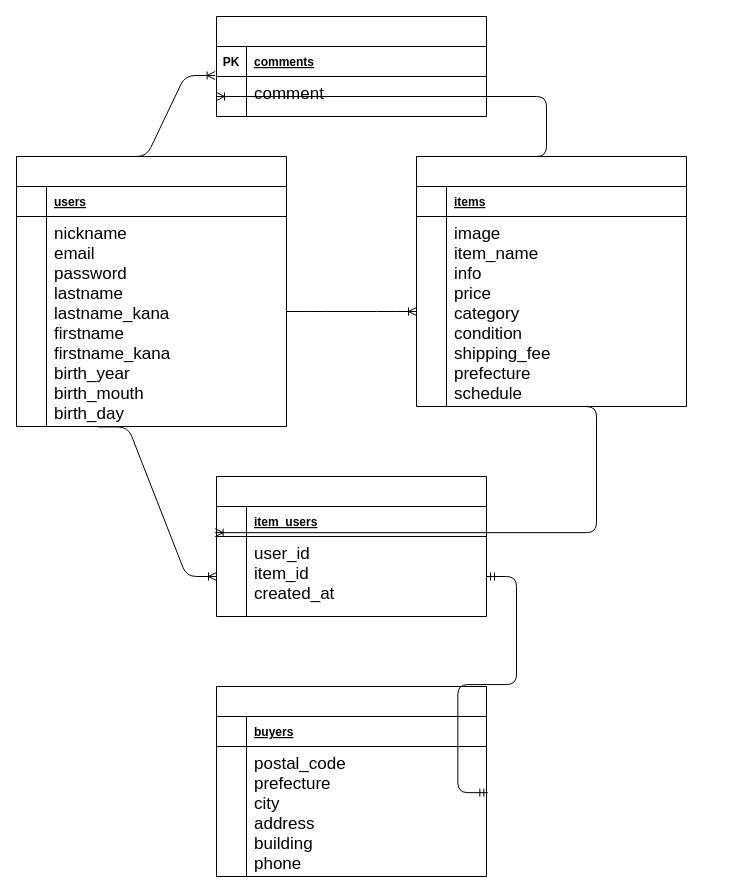
Above: furima.dio in IguchiRyo622/furima-31093 (draw.io), before the change. Source tidied: cells renumbered, new cells numbered last; positions are measured from the earlier drawing's top-left corner, leaving out a move shared by most shapes. Both pictures are drawn from the tidied source at 100%, with x=0, y=0 at pixel (16, 16).
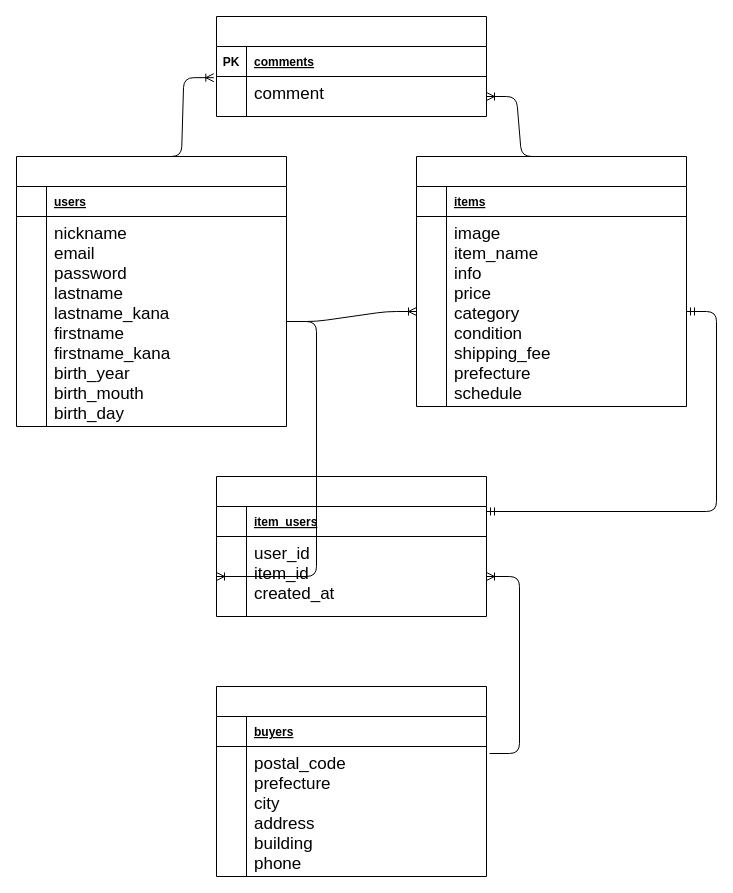
The same page after the edit.

Commit message (it also covers changes not shown here):
アソシエーション修正

The change refers to these unchanged cells:
```xml
<mxCell id="2" style="shape=table;startSize=30;childLayout=tableLayout;rowLines=0;fontStyle=1;align=center;" parent="1" vertex="1">
  <mxGeometry y="140" width="270" height="270" as="geometry" />
</mxCell>
<mxCell id="6" style="shape=partialRectangle;fillColor=none;top=0;left=0;bottom=0;right=0;points=[[0,0.5],[1,0.5]];portConstraint=eastwest;" parent="2" vertex="1">
  <mxGeometry y="60" width="270" height="210" as="geometry" />
</mxCell>
<mxCell id="9" style="shape=table;startSize=30;childLayout=tableLayout;rowLines=0;fontStyle=1;align=center;" parent="1" vertex="1">
  <mxGeometry x="400" y="140" width="270" height="250" as="geometry" />
</mxCell>
<mxCell id="13" style="shape=partialRectangle;fillColor=none;top=0;left=0;bottom=0;right=0;points=[[0,0.5],[1,0.5]];portConstraint=eastwest;" parent="9" vertex="1">
  <mxGeometry y="60" width="270" height="190" as="geometry" />
</mxCell>
<mxCell id="20" style="shape=partialRectangle;fillColor=none;top=0;left=0;bottom=0;right=0;points=[[0,0.5],[1,0.5]];portConstraint=eastwest;" parent="16" vertex="1">
  <mxGeometry y="60" width="270" height="40" as="geometry" />
</mxCell>
<mxCell id="27" style="shape=partialRectangle;fillColor=none;top=0;left=0;bottom=0;right=0;points=[[0,0.5],[1,0.5]];portConstraint=eastwest;" parent="23" vertex="1">
  <mxGeometry y="60" width="270" height="130" as="geometry" />
</mxCell>
<mxCell id="30" style="shape=table;startSize=30;childLayout=tableLayout;rowLines=0;fontStyle=1;align=center;" parent="1" vertex="1">
  <mxGeometry x="200" y="460" width="270" height="140" as="geometry" />
</mxCell>
<mxCell id="34" style="shape=partialRectangle;fillColor=none;top=0;left=0;bottom=0;right=0;points=[[0,0.5],[1,0.5]];portConstraint=eastwest;" parent="30" vertex="1">
  <mxGeometry y="60" width="270" height="80" as="geometry" />
</mxCell>
```

Diff of the diagram source:
```diff
@@
-    <mxCell id="37" style="edgeStyle=entityRelationEdgeStyle;fontSize=12;html=1;endArrow=ERoneToMany;entryX=0;entryY=0.5;entryDx=0;entryDy=0;" parent="1" edge="1" target="13">
-      <mxGeometry relative="1" as="geometry">
-        <mxPoint x="270" y="295" as="sourcePoint" />
-      </mxGeometry>
+    <mxCell id="37" style="edgeStyle=entityRelationEdgeStyle;fontSize=12;html=1;endArrow=ERoneToMany;entryX=0;entryY=0.5;entryDx=0;entryDy=0;exitX=1;exitY=0.5;exitDx=0;exitDy=0;" parent="1" edge="1" source="6" target="13">
+      <mxGeometry relative="1" as="geometry" />
     </mxCell>
-    <mxCell id="38" style="edgeStyle=entityRelationEdgeStyle;fontSize=12;html=1;endArrow=ERoneToMany;exitX=0.302;exitY=1.002;exitDx=0;exitDy=0;exitPerimeter=0;entryX=0;entryY=0.5;entryDx=0;entryDy=0;" parent="1" edge="1" source="6" target="34">
+    <mxCell id="38" style="edgeStyle=entityRelationEdgeStyle;fontSize=12;html=1;endArrow=ERoneToMany;entryX=0;entryY=0.5;entryDx=0;entryDy=0;" parent="1" edge="1" source="6" target="34">
       <mxGeometry relative="1" as="geometry" />
     </mxCell>
-    <mxCell id="39" style="edgeStyle=entityRelationEdgeStyle;fontSize=12;html=1;endArrow=ERoneToMany;entryX=-0.005;entryY=-0.048;entryDx=0;entryDy=0;entryPerimeter=0;" parent="1" edge="1" target="34">
-      <mxGeometry relative="1" as="geometry">
-        <mxPoint x="550" y="390" as="sourcePoint" />
-      </mxGeometry>
-    </mxCell>
-    <mxCell id="40" style="edgeStyle=entityRelationEdgeStyle;fontSize=12;html=1;endArrow=ERmandOne;startArrow=ERmandOne;exitX=1.005;exitY=0.355;exitDx=0;exitDy=0;exitPerimeter=0;" parent="1" edge="1" source="27" target="34">
-      <mxGeometry relative="1" as="geometry" />
-    </mxCell>
-    <mxCell id="41" style="edgeStyle=entityRelationEdgeStyle;fontSize=12;html=1;endArrow=ERoneToMany;entryX=-0.005;entryY=-0.025;entryDx=0;entryDy=0;entryPerimeter=0;" parent="1" edge="1" target="20">
-      <mxGeometry relative="1" as="geometry">
-        <mxPoint x="100" y="140" as="sourcePoint" />
-      </mxGeometry>
+    <mxCell id="41" style="edgeStyle=entityRelationEdgeStyle;fontSize=12;html=1;endArrow=ERoneToMany;entryX=-0.01;entryY=0.029;entryDx=0;entryDy=0;entryPerimeter=0;exitX=0.5;exitY=0;exitDx=0;exitDy=0;" parent="1" edge="1" source="2" target="20">
+      <mxGeometry relative="1" as="geometry" />
     </mxCell>
-    <mxCell id="42" style="edgeStyle=entityRelationEdgeStyle;fontSize=12;html=1;endArrow=ERoneToMany;entryX=0;entryY=0.5;entryDx=0;entryDy=0;" parent="1" edge="1" target="20">
-      <mxGeometry relative="1" as="geometry">
-        <mxPoint x="500" y="140" as="sourcePoint" />
-      </mxGeometry>
+    <mxCell id="42" style="edgeStyle=entityRelationEdgeStyle;fontSize=12;html=1;endArrow=ERoneToMany;exitX=0.5;exitY=0;exitDx=0;exitDy=0;" parent="1" edge="1" source="9" target="20">
+      <mxGeometry relative="1" as="geometry" />
     </mxCell>
+    <mxCell id="43" style="edgeStyle=entityRelationEdgeStyle;fontSize=12;html=1;endArrow=ERoneToMany;" parent="1" edge="1" target="34">
+      <mxGeometry relative="1" as="geometry">
+        <mxPoint x="473" y="737" as="sourcePoint" />
+      </mxGeometry>
+    </mxCell>
+    <mxCell id="44" style="edgeStyle=entityRelationEdgeStyle;fontSize=12;html=1;endArrow=ERmandOne;startArrow=ERmandOne;exitX=1;exitY=0.25;exitDx=0;exitDy=0;" parent="1" edge="1" source="30" target="13">
+      <mxGeometry relative="1" as="geometry" />
+    </mxCell>
```
